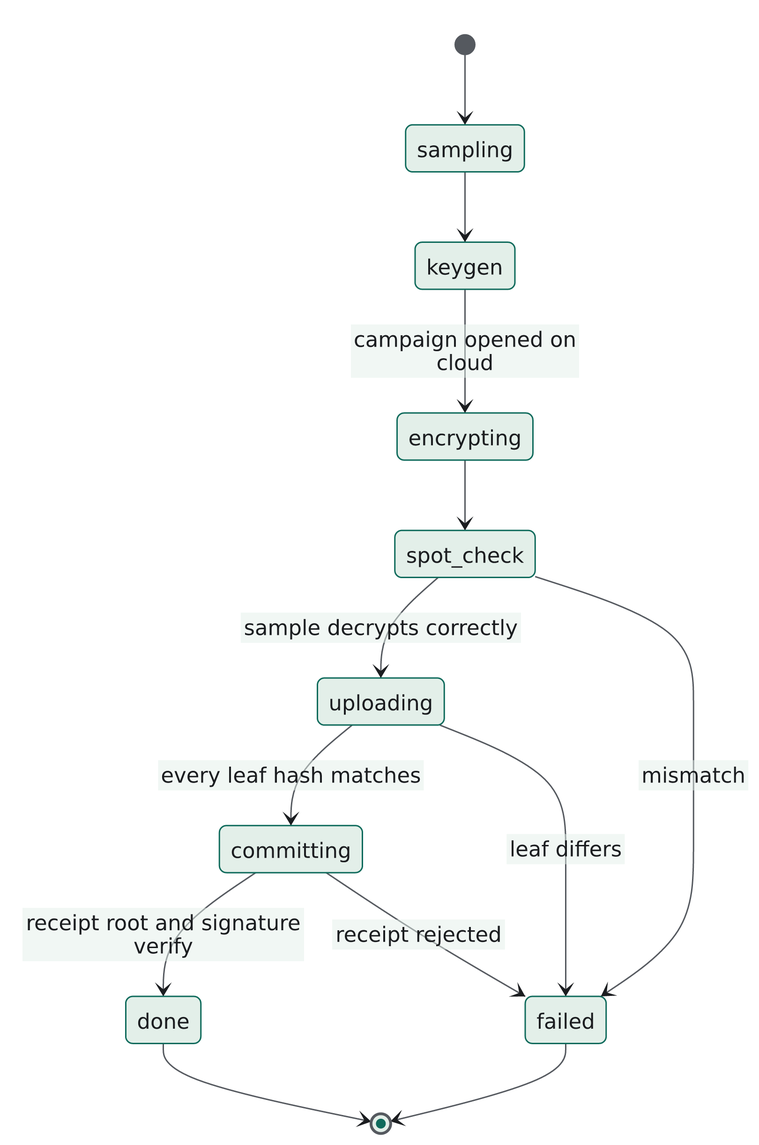
Above: miscs/diagrams/job_states.png in seniru-dilmith/E-Privacy (Mermaid), before the change. Its source is kept beside it as miscs/diagrams/job_states.mmd.
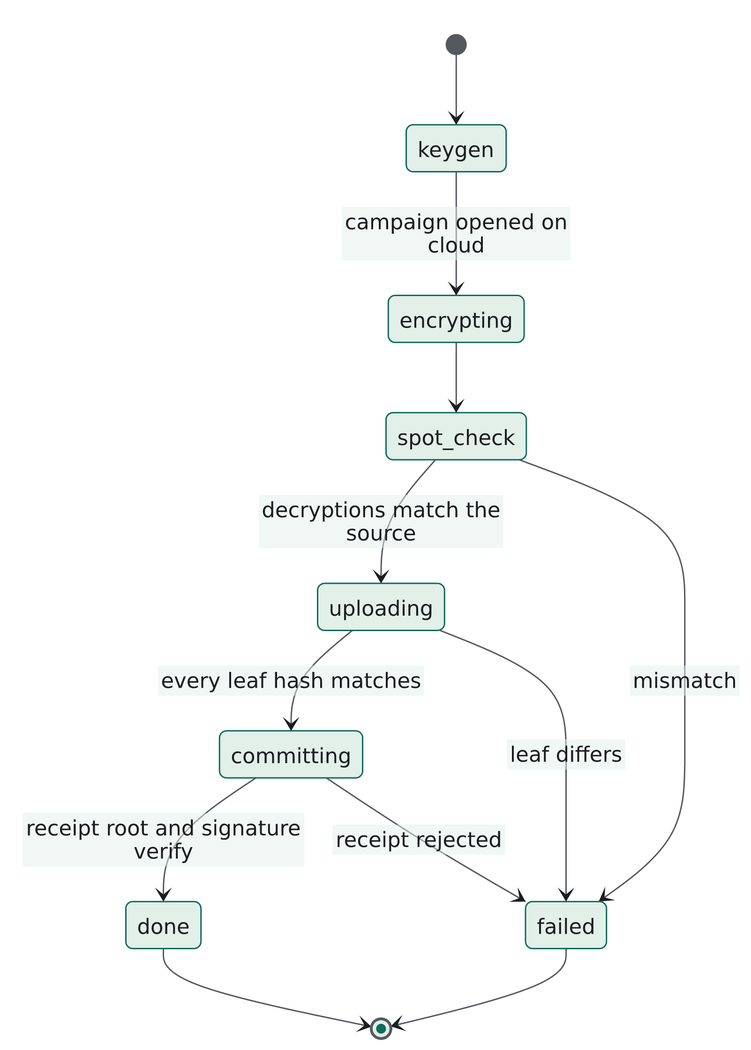
Later version of the same file.

The edit, as a diff of the source:
```diff
@@ -1,9 +1,8 @@
 stateDiagram-v2
-    [*] --> sampling
-    sampling --> keygen
+    [*] --> keygen
     keygen --> encrypting: campaign opened on cloud
     encrypting --> spot_check
-    spot_check --> uploading: sample decrypts correctly
+    spot_check --> uploading: decryptions match the source
     uploading --> committing: every leaf hash matches
     committing --> done: receipt root and signature verify
     spot_check --> failed: mismatch
```
